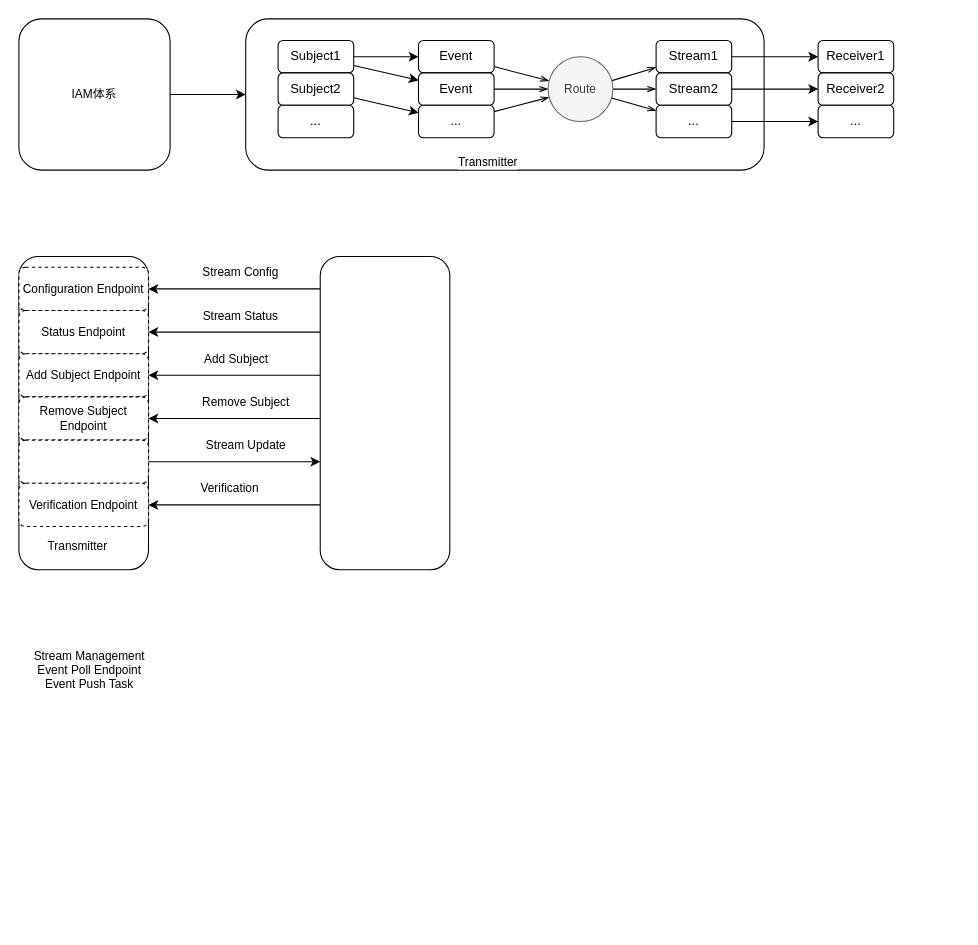
The draw.io diagram sharedsignals.drawio in yamilinqh/spicedb, before the edit. Source tidied: cells renumbered, new cells numbered last; positions are measured from the earlier drawing's top-left corner, leaving out a move shared by most shapes. Both pictures are drawn from the tidied source at 108%, with x=0, y=0 at pixel (18, 18).
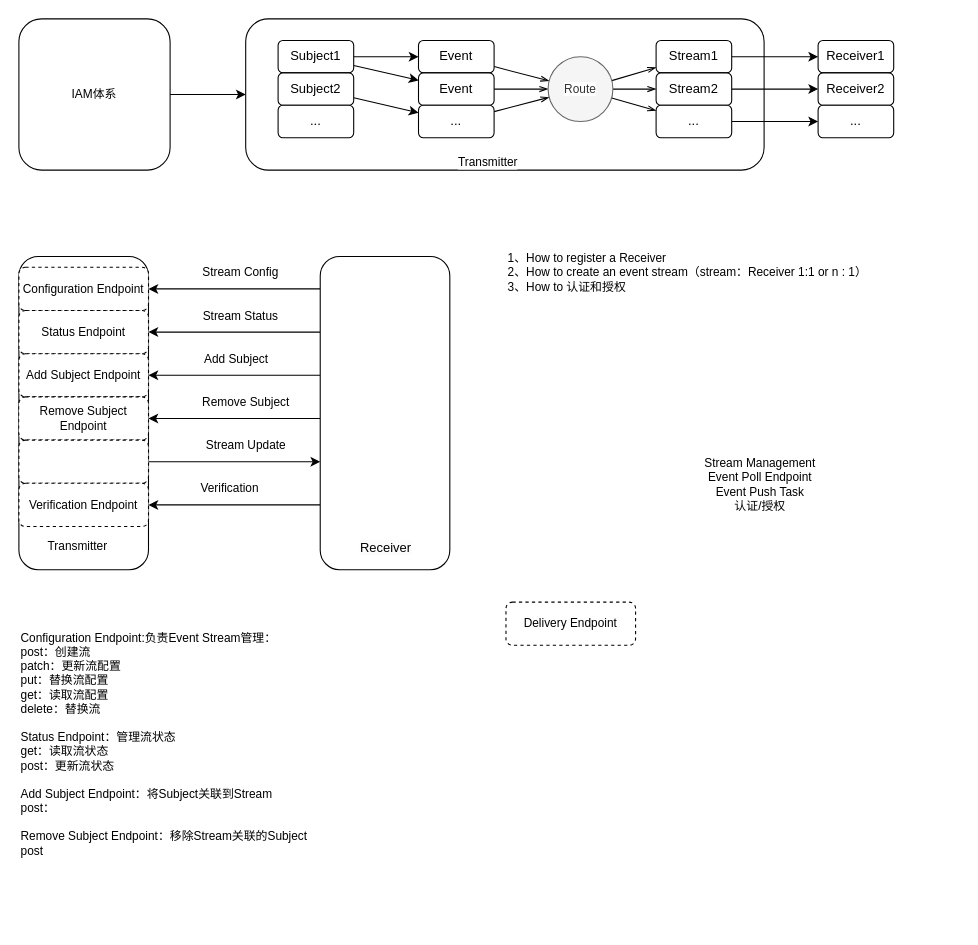
Above is the later version.

Change to the diagram source:
```diff
@@
-    <mxCell id="32" value="Configuration Endpoint" style="rounded=1;whiteSpace=wrap;html=1;fontFamily=Helvetica;fontSize=11;fontColor=default;labelBackgroundColor=default;strokeColor=default;dashed=1;" parent="1" vertex="1">
+    <mxCell id="32" value="Configuration Endpoint" style="rounded=1;whiteSpace=wrap;html=1;fontFamily=Helvetica;fontSize=11;fontColor=default;labelBackgroundColor=default;strokeColor=default;dashed=1;glass=0;shadow=0;" parent="1" vertex="1">
       <mxGeometry y="230" width="120" height="40" as="geometry" />
     </mxCell>
@@
-    <mxCell id="59" value="Stream Management&lt;br&gt;Event Poll Endpoint&lt;br&gt;Event Push Task" style="text;html=1;align=center;verticalAlign=middle;strokeColor=none;fillColor=none;fontFamily=Helvetica;fontSize=11;fontColor=default;labelBackgroundColor=default;" parent="1" vertex="1">
-      <mxGeometry y="578" width="130" height="50" as="geometry" />
+    <mxCell id="59" value="Stream Management&lt;br&gt;Event Poll Endpoint&lt;br&gt;Event Push Task&lt;br&gt;认证/授权" style="text;html=1;align=center;verticalAlign=middle;strokeColor=none;fillColor=none;fontFamily=Helvetica;fontSize=11;fontColor=default;labelBackgroundColor=default;" parent="1" vertex="1">
+      <mxGeometry x="621" y="396" width="130" height="70" as="geometry" />
     </mxCell>
+    <mxCell id="60" value="&lt;span style=&quot;font-size: 12px; background-color: rgb(251, 251, 251);&quot;&gt;Receiver&lt;/span&gt;" style="text;html=1;align=center;verticalAlign=middle;whiteSpace=wrap;rounded=0;fontFamily=Helvetica;fontSize=11;fontColor=default;labelBackgroundColor=default;" parent="1" vertex="1">
+      <mxGeometry x="310" y="475" width="60" height="30" as="geometry" />
+    </mxCell>
+    <mxCell id="61" value="Delivery Endpoint" style="rounded=1;whiteSpace=wrap;html=1;fontFamily=Helvetica;fontSize=11;fontColor=default;labelBackgroundColor=default;strokeColor=default;dashed=1;" parent="1" vertex="1">
+      <mxGeometry x="451" y="540" width="120" height="40" as="geometry" />
+    </mxCell>
+    <mxCell id="62" value="1、How to register a Receiver&lt;br&gt;2、How to create an event stream（stream：Receiver 1:1 or n : 1）&lt;br&gt;3、How to 认证和授权" style="text;html=1;align=left;verticalAlign=middle;whiteSpace=wrap;rounded=0;fontFamily=Helvetica;fontSize=11;fontColor=default;labelBackgroundColor=default;" parent="1" vertex="1">
+      <mxGeometry x="451" y="220" width="420" height="30" as="geometry" />
+    </mxCell>
+    <mxCell id="63" value="Configuration Endpoint:负责Event Stream管理：&lt;br&gt;post：创建流&lt;br&gt;patch：更新流配置&lt;br&gt;put：替换流配置&lt;br&gt;get：读取流配置&lt;br&gt;delete：替换流&lt;br&gt;&lt;br&gt;&lt;span style=&quot;text-align: center;&quot;&gt;Status Endpoint：管理流状态&lt;br&gt;get：读取流状态&lt;br&gt;post：更新流状态&lt;br&gt;&lt;br&gt;Add Subject Endpoint：将Subject关联到Stream&lt;br&gt;post：&lt;br&gt;&lt;br&gt;Remove Subject Endpoint：移除Stream关联的Subject&lt;br&gt;post&lt;br&gt;&lt;br&gt;&lt;br&gt;&lt;/span&gt;" style="text;html=1;align=left;verticalAlign=middle;whiteSpace=wrap;rounded=0;fontFamily=Helvetica;fontSize=11;fontColor=default;labelBackgroundColor=default;" parent="1" vertex="1">
+      <mxGeometry y="530" width="392" height="310" as="geometry" />
+    </mxCell>
```
